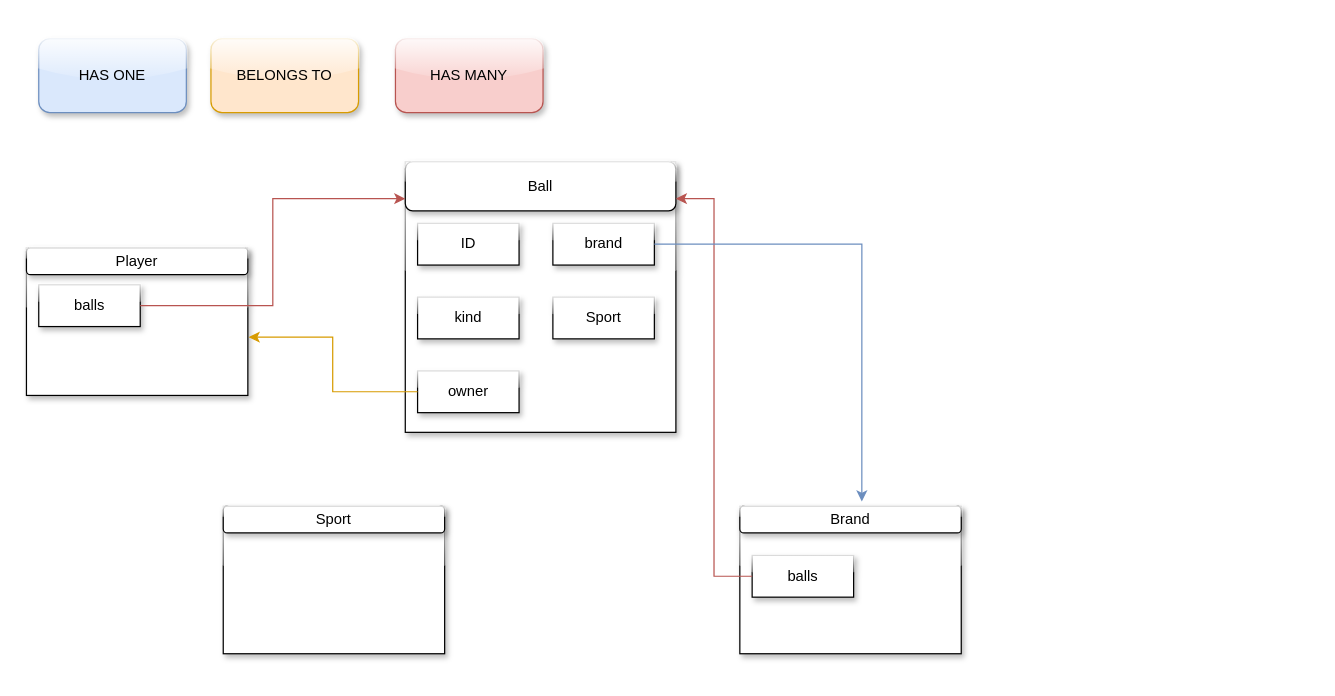
Before: diagrama.drawio in CAMPUSCAMARAFP2021/ProyectoDavidAPI, a draw.io diagram. Source tidied: cells renumbered, new cells numbered last; positions are measured from the earlier drawing's top-left corner, leaving out a move shared by most shapes. Both pictures are drawn from the tidied source at 123%, with x=0, y=0 at pixel (26, 38).
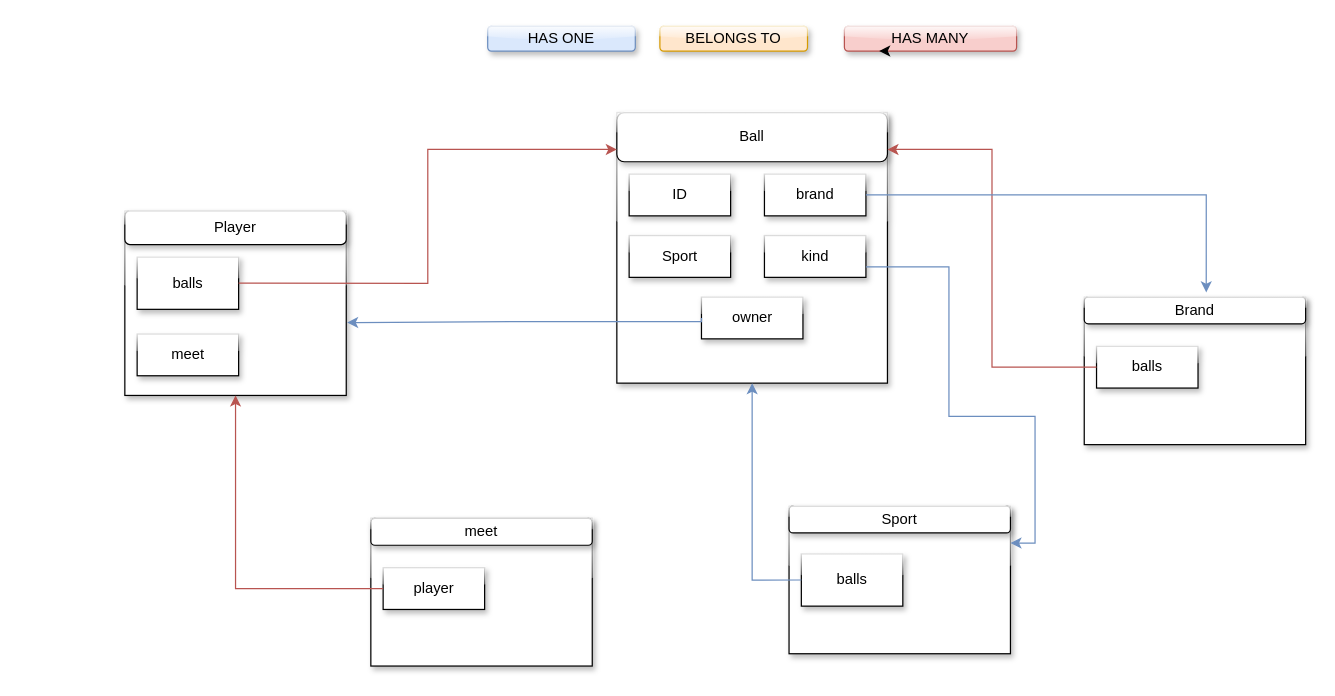
Above is the later version.

Unchanged cells that the change refers to:
```xml
<mxCell id="3" style="rounded=0;whiteSpace=wrap;html=1;shadow=1;glass=1;sketch=0;" parent="2" vertex="1">
  <mxGeometry width="220" height="220" as="geometry" />
</mxCell>
<mxCell id="11" style="rounded=0;whiteSpace=wrap;html=1;shadow=1;glass=1;sketch=0;" parent="10" vertex="1">
  <mxGeometry width="180" height="120" as="geometry" />
</mxCell>
```

What changed in the source:
```diff
@@
     <mxCell id="2" style="group;" parent="1" vertex="1">
-      <mxGeometry x="308" y="100" width="220" height="220" as="geometry" />
+      <mxGeometry x="480" y="60" width="220" height="220" as="geometry" />
     </mxCell>
@@
     <mxCell id="7" value="kind" style="rounded=0;whiteSpace=wrap;html=1;shadow=1;glass=1;sketch=0;" parent="2" vertex="1">
-      <mxGeometry x="10" y="110" width="82.5" height="34" as="geometry" />
+      <mxGeometry x="120" y="100" width="82.5" height="34" as="geometry" />
     </mxCell>
     <mxCell id="8" value="Sport" style="rounded=0;whiteSpace=wrap;html=1;shadow=1;glass=1;sketch=0;" parent="2" vertex="1">
-      <mxGeometry x="120" y="110" width="82.5" height="34" as="geometry" />
+      <mxGeometry x="10" y="100" width="82.5" height="34" as="geometry" />
     </mxCell>
     <mxCell id="9" value="owner" style="rounded=0;whiteSpace=wrap;html=1;shadow=1;glass=1;sketch=0;" parent="2" vertex="1">
-      <mxGeometry x="10" y="170" width="82.5" height="34" as="geometry" />
+      <mxGeometry x="68.8" y="150" width="82.5" height="34" as="geometry" />
     </mxCell>
     <mxCell id="10" style="group;" parent="1" vertex="1">
-      <mxGeometry x="160" y="380" width="180" height="120" as="geometry" />
+      <mxGeometry x="620" y="380" width="180" height="120" as="geometry" />
     </mxCell>
@@
+    <mxCell id="28" value="balls" style="rounded=0;whiteSpace=wrap;html=1;shadow=1;glass=1;sketch=0;" parent="10" vertex="1">
+      <mxGeometry x="10" y="38.8" width="82.5" height="42.5" as="geometry" />
+    </mxCell>
     <mxCell id="13" style="group;" parent="1" vertex="1">
-      <mxGeometry x="580" y="380" width="180" height="120" as="geometry" />
+      <mxGeometry x="860" y="210" width="180" height="120" as="geometry" />
     </mxCell>
@@
     <mxCell id="17" value="HAS ONE" style="rounded=1;whiteSpace=wrap;html=1;shadow=1;glass=1;sketch=0;fillColor=#dae8fc;strokeColor=#6c8ebf;" parent="1" vertex="1">
-      <mxGeometry x="10" width="120" height="60" as="geometry" />
+      <mxGeometry x="375" y="-10" width="120" height="20" as="geometry" />
     </mxCell>
     <mxCell id="18" value="HAS MANY" style="rounded=1;whiteSpace=wrap;html=1;shadow=1;glass=1;sketch=0;fillColor=#f8cecc;strokeColor=#b85450;" parent="1" vertex="1">
-      <mxGeometry x="300" width="120" height="60" as="geometry" />
+      <mxGeometry x="665" y="-10" width="140" height="20" as="geometry" />
     </mxCell>
     <mxCell id="19" value="BELONGS TO" style="rounded=1;whiteSpace=wrap;html=1;shadow=1;glass=1;sketch=0;fillColor=#ffe6cc;strokeColor=#d79b00;" parent="1" vertex="1">
-      <mxGeometry x="150" width="120" height="60" as="geometry" />
+      <mxGeometry x="515" y="-10" width="120" height="20" as="geometry" />
     </mxCell>
@@
     <mxCell id="21" style="group;" parent="1" vertex="1">
-      <mxGeometry y="170" width="180" height="120" as="geometry" />
+      <mxGeometry x="80" y="140" width="180" height="150" as="geometry" />
     </mxCell>
     <mxCell id="22" style="rounded=0;whiteSpace=wrap;html=1;shadow=1;glass=1;sketch=0;" parent="21" vertex="1">
-      <mxGeometry width="180" height="120" as="geometry" />
+      <mxGeometry width="180" height="150" as="geometry" />
     </mxCell>
     <mxCell id="23" value="Player" style="rounded=1;whiteSpace=wrap;html=1;shadow=1;glass=1;sketch=0;" parent="21" vertex="1">
-      <mxGeometry width="180" height="21.8" as="geometry" />
+      <mxGeometry width="180" height="27.3" as="geometry" />
     </mxCell>
     <mxCell id="24" value="balls" style="rounded=0;whiteSpace=wrap;html=1;shadow=1;glass=1;sketch=0;" parent="21" vertex="1">
-      <mxGeometry x="10" y="30" width="82.5" height="34" as="geometry" />
+      <mxGeometry x="10" y="37.5" width="82.5" height="42.5" as="geometry" />
     </mxCell>
+    <mxCell id="29" value="meet" style="rounded=0;whiteSpace=wrap;html=1;shadow=1;glass=1;sketch=0;" parent="21" vertex="1">
+      <mxGeometry x="10" y="100" width="82.5" height="34" as="geometry" />
+    </mxCell>
@@
-    <mxCell id="26" style="edgeStyle=orthogonalEdgeStyle;rounded=0;jettySize=auto;html=1;exitX=0;exitY=0.5;exitDx=0;exitDy=0;entryX=1.004;entryY=0.605;entryDx=0;entryDy=0;entryPerimeter=0;fillColor=#ffe6cc;strokeColor=#d79b00;" parent="1" edge="1" source="9" target="22">
-      <mxGeometry relative="1" as="geometry" />
+    <mxCell id="26" style="edgeStyle=orthogonalEdgeStyle;rounded=0;jettySize=auto;html=1;exitX=0;exitY=0.5;exitDx=0;exitDy=0;entryX=1.004;entryY=0.605;entryDx=0;entryDy=0;entryPerimeter=0;fillColor=#dae8fc;strokeColor=#6c8ebf;" parent="1" edge="1" source="9" target="22">
+      <mxGeometry relative="1" as="geometry">
+        <Array as="points">
+          <mxPoint x="549" y="230" />
+          <mxPoint x="404" y="230" />
+        </Array>
+      </mxGeometry>
     </mxCell>
@@
+    <mxCell id="30" style="edgeStyle=orthogonalEdgeStyle;rounded=0;jettySize=auto;html=1;exitX=1;exitY=0.75;exitDx=0;exitDy=0;fillColor=#dae8fc;strokeColor=#6c8ebf;entryX=1;entryY=0.25;entryDx=0;entryDy=0;" parent="1" edge="1" source="7" target="11">
+      <mxGeometry relative="1" as="geometry">
+        <Array as="points">
+          <mxPoint x="750" y="186" />
+          <mxPoint x="750" y="307" />
+          <mxPoint x="820" y="307" />
+          <mxPoint x="820" y="410" />
+        </Array>
+      </mxGeometry>
+    </mxCell>
+    <mxCell id="31" style="edgeStyle=orthogonalEdgeStyle;rounded=0;orthogonalLoop=1;jettySize=auto;html=1;exitX=0.25;exitY=1;exitDx=0;exitDy=0;entryX=0.202;entryY=1;entryDx=0;entryDy=0;entryPerimeter=0;" parent="1" edge="1" source="18" target="18">
+      <mxGeometry relative="1" as="geometry" />
+    </mxCell>
+    <mxCell id="32" style="group;" parent="1" vertex="1">
+      <mxGeometry x="280" y="390" width="180" height="120" as="geometry" />
+    </mxCell>
+    <mxCell id="33" style="rounded=0;whiteSpace=wrap;html=1;shadow=1;glass=1;sketch=0;" parent="32" vertex="1">
+      <mxGeometry width="180" height="120" as="geometry" />
+    </mxCell>
+    <mxCell id="34" value="meet" style="rounded=1;whiteSpace=wrap;html=1;shadow=1;glass=1;sketch=0;" parent="32" vertex="1">
+      <mxGeometry width="180" height="21.8" as="geometry" />
+    </mxCell>
+    <mxCell id="35" value="player" style="rounded=0;whiteSpace=wrap;html=1;shadow=1;glass=1;sketch=0;" parent="32" vertex="1">
+      <mxGeometry x="10" y="40" width="82.5" height="34" as="geometry" />
+    </mxCell>
+    <mxCell id="36" style="edgeStyle=orthogonalEdgeStyle;rounded=0;jettySize=auto;html=1;exitX=0;exitY=0.5;exitDx=0;exitDy=0;fillColor=#f8cecc;strokeColor=#b85450;" parent="1" edge="1" source="35" target="22">
+      <mxGeometry relative="1" as="geometry" />
+    </mxCell>
+    <mxCell id="37" style="edgeStyle=orthogonalEdgeStyle;rounded=0;jettySize=auto;html=1;exitX=0;exitY=0.5;exitDx=0;exitDy=0;fillColor=#dae8fc;strokeColor=#6c8ebf;" parent="1" edge="1" source="28" target="3">
+      <mxGeometry relative="1" as="geometry" />
+    </mxCell>
```
